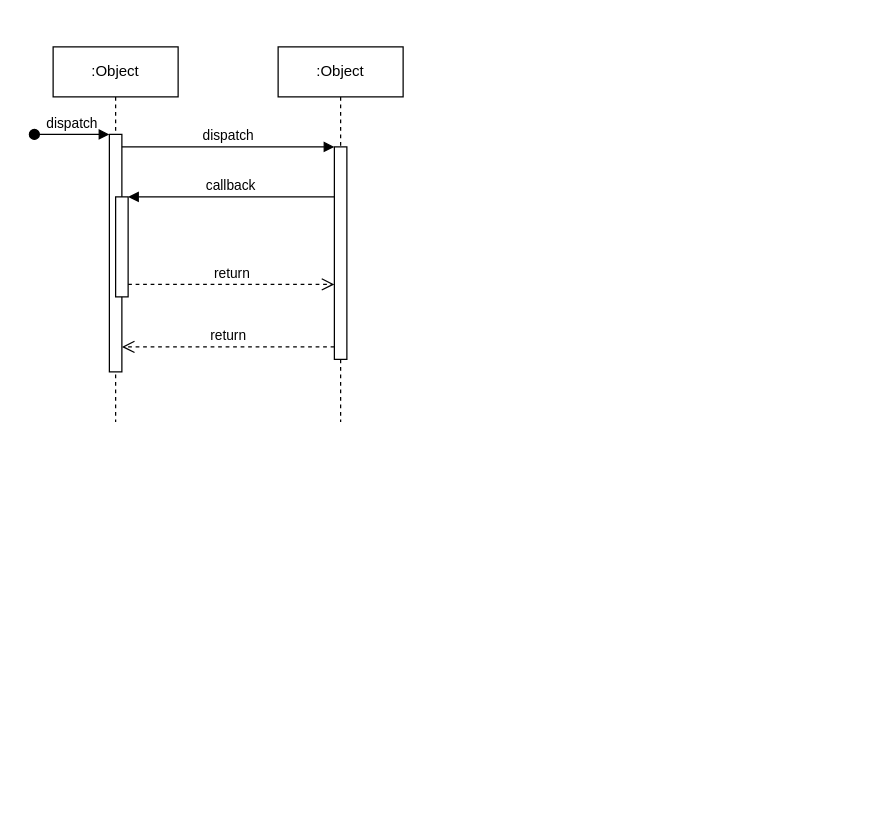
Earlier version of the draw.io diagram sso绑定.drawio (BullLife/daw.io). Source tidied: cells renumbered, new cells numbered last; positions are measured from the earlier drawing's top-left corner, leaving out a move shared by most shapes. Both pictures are drawn from the tidied source at 125%, with x=0, y=0 at pixel (34, 46).
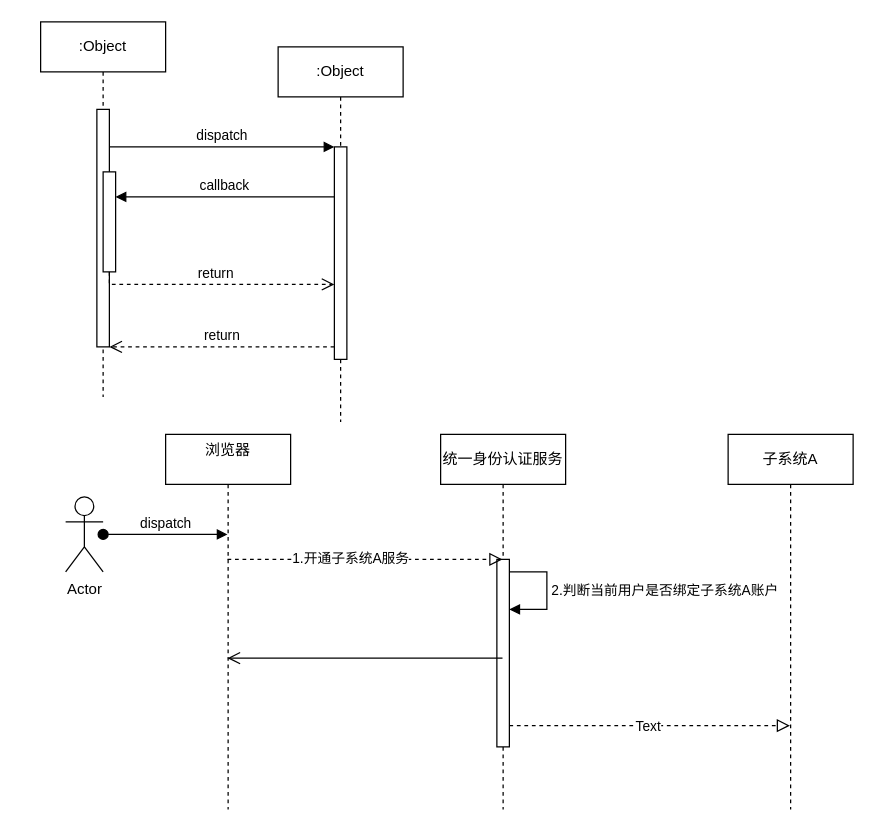
After the change.

The change refers to these unchanged cells:
```xml
<mxCell id="3" style="html=1;points=[];perimeter=orthogonalPerimeter;outlineConnect=0;targetShapes=umlLifeline;portConstraint=eastwest;newEdgeStyle={&quot;edgeStyle&quot;:&quot;elbowEdgeStyle&quot;,&quot;elbow&quot;:&quot;vertical&quot;,&quot;curved&quot;:0,&quot;rounded&quot;:0};" parent="2" vertex="1">
  <mxGeometry x="45" y="70" width="10" height="190" as="geometry" />
</mxCell>
```

What changed in the source:
```diff
@@
     <mxCell id="2" value=":Object" style="shape=umlLifeline;perimeter=lifelinePerimeter;whiteSpace=wrap;html=1;newEdgeStyle={&quot;edgeStyle&quot;:&quot;elbowEdgeStyle&quot;,&quot;elbow&quot;:&quot;vertical&quot;,&quot;curved&quot;:0,&quot;rounded&quot;:0};" parent="1" vertex="1">
-      <mxGeometry x="15" width="100" height="300" as="geometry" />
+      <mxGeometry x="5" y="-20" width="100" height="300" as="geometry" />
     </mxCell>
@@
-    <mxCell id="4" value="dispatch" style="html=1;verticalAlign=bottom;startArrow=oval;endArrow=block;startSize=8;edgeStyle=elbowEdgeStyle;elbow=vertical;curved=0;rounded=0;" parent="2" edge="1" target="3">
-      <mxGeometry relative="1" as="geometry">
-        <mxPoint x="-15" y="70" as="sourcePoint" />
-      </mxGeometry>
-    </mxCell>
@@
+    <mxCell id="12" value="Actor" style="shape=umlActor;verticalLabelPosition=bottom;verticalAlign=top;html=1;outlineConnect=0;" parent="1" vertex="1">
+      <mxGeometry x="25" y="360" width="30" height="60" as="geometry" />
+    </mxCell>
+    <mxCell id="13" value="统一身份认证服务" style="shape=umlLifeline;perimeter=lifelinePerimeter;whiteSpace=wrap;html=1;outlineConnect=0;portConstraint=eastwest;newEdgeStyle={&quot;edgeStyle&quot;:&quot;elbowEdgeStyle&quot;,&quot;elbow&quot;:&quot;vertical&quot;,&quot;curved&quot;:0,&quot;rounded&quot;:0};" parent="1" vertex="1">
+      <mxGeometry x="325" y="310" width="100" height="300" as="geometry" />
+    </mxCell>
+    <mxCell id="14" style="html=1;points=[];perimeter=orthogonalPerimeter;outlineConnect=0;targetShapes=umlLifeline;portConstraint=eastwest;newEdgeStyle={&quot;edgeStyle&quot;:&quot;elbowEdgeStyle&quot;,&quot;elbow&quot;:&quot;vertical&quot;,&quot;curved&quot;:0,&quot;rounded&quot;:0};" parent="13" vertex="1">
+      <mxGeometry x="45" y="100" width="10" height="150" as="geometry" />
+    </mxCell>
+    <mxCell id="15" value="2.判断当前用户是否绑定子系统A账户" style="html=1;align=left;spacingLeft=2;endArrow=block;rounded=0;edgeStyle=orthogonalEdgeStyle;curved=0;rounded=0;" parent="13" edge="1" source="14" target="14">
+      <mxGeometry x="0.01" relative="1" as="geometry">
+        <Array as="points">
+          <mxPoint x="85" y="110" />
+          <mxPoint x="85" y="140" />
+        </Array>
+      </mxGeometry>
+    </mxCell>
+    <mxCell id="16" style="endArrow=block;startArrow=none;endFill=0;startFill=0;endSize=8;html=1;verticalAlign=bottom;dashed=1;labelBackgroundColor=none;rounded=0;" parent="1" edge="1" target="13">
+      <mxGeometry relative="1" as="geometry">
+        <mxPoint x="154.5" y="410" as="sourcePoint" />
+      </mxGeometry>
+    </mxCell>
+    <mxCell id="17" value="1.开通子系统A服务" style="edgeLabel;html=1;align=center;verticalAlign=middle;" parent="16" vertex="1">
+      <mxGeometry x="-0.11" y="2" relative="1" as="geometry" />
+    </mxCell>
+    <mxCell id="18" value="子系统A" style="shape=umlLifeline;perimeter=lifelinePerimeter;whiteSpace=wrap;html=1;newEdgeStyle={&quot;edgeStyle&quot;:&quot;elbowEdgeStyle&quot;,&quot;elbow&quot;:&quot;vertical&quot;,&quot;curved&quot;:0,&quot;rounded&quot;:0};" parent="1" vertex="1">
+      <mxGeometry x="555" y="310" width="100" height="300" as="geometry" />
+    </mxCell>
+    <mxCell id="19" value="浏览器&lt;div&gt;&lt;br&gt;&lt;/div&gt;" style="shape=umlLifeline;perimeter=lifelinePerimeter;whiteSpace=wrap;html=1;outlineConnect=0;portConstraint=eastwest;newEdgeStyle={&quot;edgeStyle&quot;:&quot;elbowEdgeStyle&quot;,&quot;elbow&quot;:&quot;vertical&quot;,&quot;curved&quot;:0,&quot;rounded&quot;:0};" parent="1" vertex="1">
+      <mxGeometry x="105" y="310" width="100" height="300" as="geometry" />
+    </mxCell>
+    <mxCell id="20" style="endArrow=block;startArrow=none;endFill=0;startFill=0;endSize=8;html=1;verticalAlign=bottom;dashed=1;labelBackgroundColor=none;rounded=0;" parent="1" edge="1" source="14">
+      <mxGeometry relative="1" as="geometry">
+        <mxPoint x="604.5" y="543" as="targetPoint" />
+      </mxGeometry>
+    </mxCell>
+    <mxCell id="21" value="Text" style="edgeLabel;html=1;align=center;verticalAlign=middle;" parent="20" vertex="1">
+      <mxGeometry x="-0.02" relative="1" as="geometry" />
+    </mxCell>
+    <mxCell id="4" value="dispatch" style="html=1;verticalAlign=bottom;startArrow=oval;endArrow=block;startSize=8;edgeStyle=elbowEdgeStyle;elbow=vertical;curved=0;rounded=0;" parent="1" edge="1" source="12" target="19">
+      <mxGeometry relative="1" as="geometry" />
+    </mxCell>
+    <mxCell id="22" style="endArrow=open;startArrow=none;endFill=0;startFill=0;endSize=8;html=1;verticalAlign=bottom;labelBackgroundColor=none;strokeWidth=1;rounded=0;" parent="1" edge="1">
+      <mxGeometry relative="1" as="geometry">
+        <mxPoint x="374.5" y="489" as="sourcePoint" />
+        <mxPoint x="154.5" y="489" as="targetPoint" />
+      </mxGeometry>
+    </mxCell>
```
